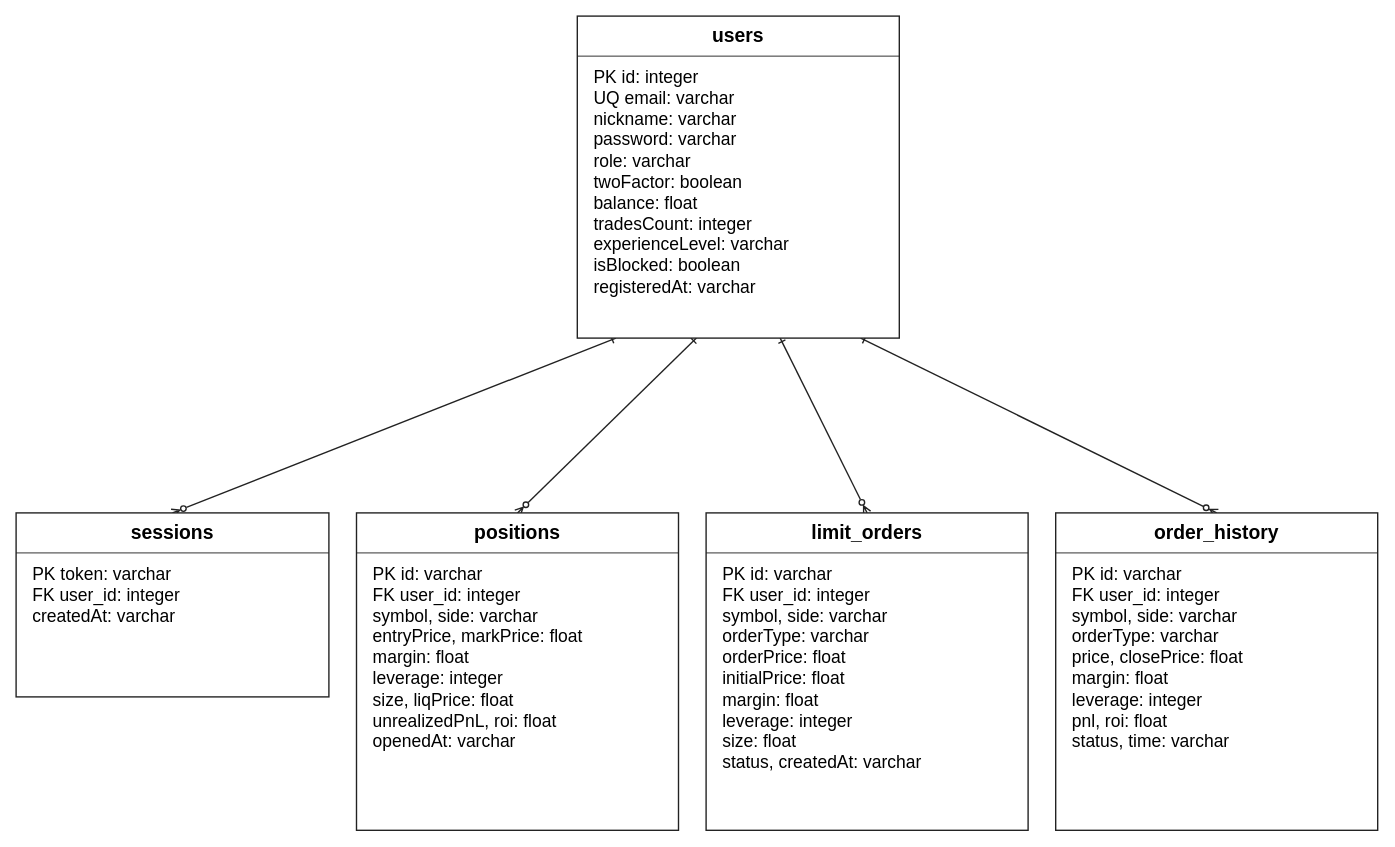
Earlier version of the draw.io diagram page "3 ER діаграма" (3 of 9) of ByGigaBit_8_діаграм.drawio (Hast1k/bygigabit). Source tidied: cells renumbered, new cells numbered last; positions are measured from the earlier drawing's top-left corner, leaving out a move shared by most shapes. Both pictures are drawn from the tidied source at 92%, with x=0, y=0 at pixel (16, 16).
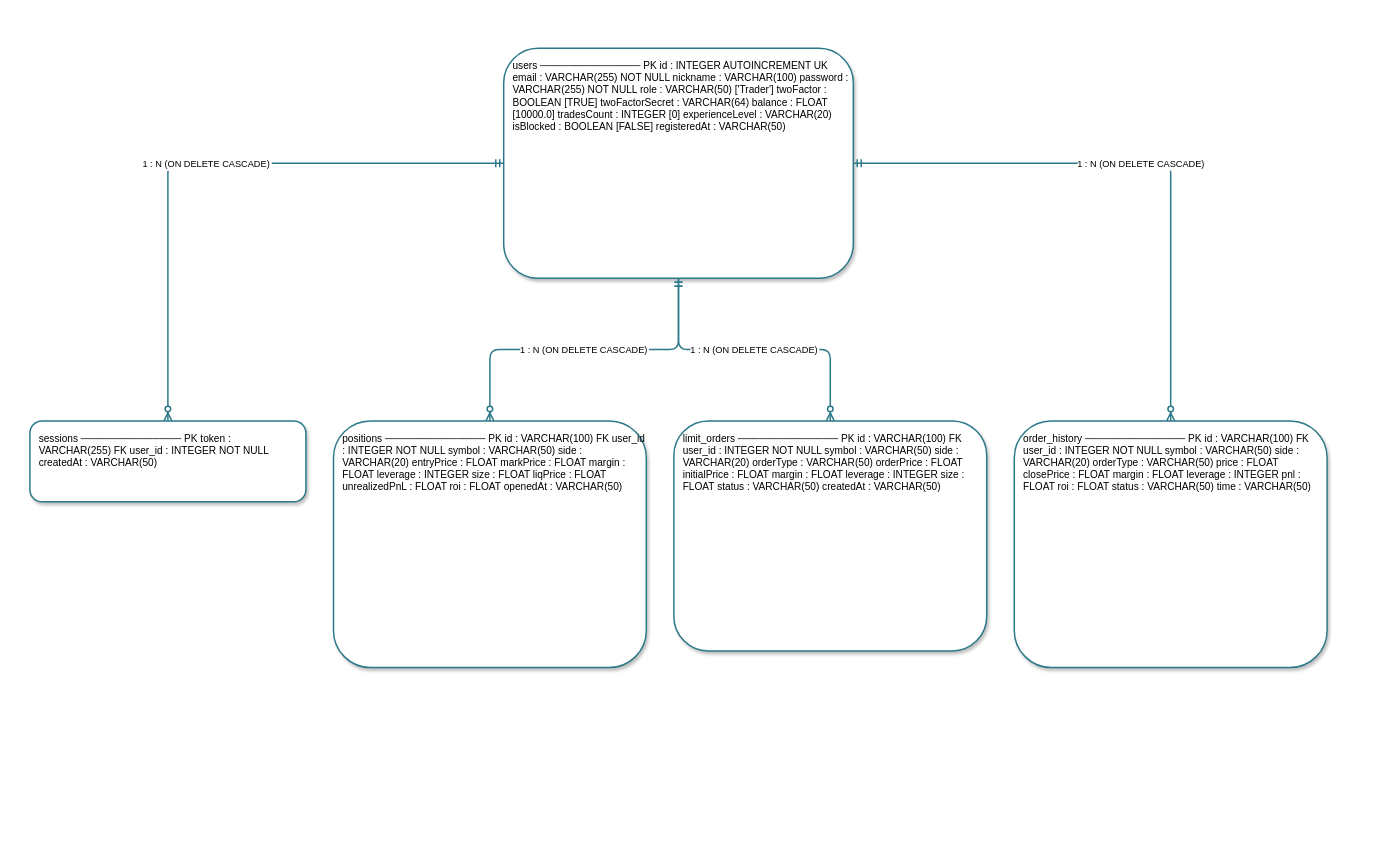
Above is the later version.

What changed in the source:
```diff
@@
-    <mxCell id="2" style="edgeStyle=none;rounded=0;html=0;fontSize=17;fontFamily=Arial;strokeColor=#222222;strokeWidth=1.5;endArrow=classic;endFill=1;labelBackgroundColor=#ffffff;startArrow=ERone;startFill=0;endArrow=ERzeroToMany;endFill=0;exitX=0.12;exitY=1;entryX=0.5;entryY=0;" parent="1" edge="1" source="6" target="10">
-      <mxGeometry relative="1" as="geometry" />
-    </mxCell>
-    <mxCell id="3" style="edgeStyle=none;rounded=0;html=0;fontSize=17;fontFamily=Arial;strokeColor=#222222;strokeWidth=1.5;endArrow=classic;endFill=1;labelBackgroundColor=#ffffff;startArrow=ERone;startFill=0;endArrow=ERzeroToMany;endFill=0;exitX=0.37;exitY=1;entryX=0.5;entryY=0;" parent="1" edge="1" source="6" target="14">
-      <mxGeometry relative="1" as="geometry" />
-    </mxCell>
-    <mxCell id="4" style="edgeStyle=none;rounded=0;html=0;fontSize=17;fontFamily=Arial;strokeColor=#222222;strokeWidth=1.5;endArrow=classic;endFill=1;labelBackgroundColor=#ffffff;startArrow=ERone;startFill=0;endArrow=ERzeroToMany;endFill=0;exitX=0.63;exitY=1;entryX=0.5;entryY=0;" parent="1" edge="1" source="6" target="18">
-      <mxGeometry relative="1" as="geometry" />
-    </mxCell>
-    <mxCell id="5" style="edgeStyle=none;rounded=0;html=0;fontSize=17;fontFamily=Arial;strokeColor=#222222;strokeWidth=1.5;endArrow=classic;endFill=1;labelBackgroundColor=#ffffff;startArrow=ERone;startFill=0;endArrow=ERzeroToMany;endFill=0;exitX=0.88;exitY=1;entryX=0.5;entryY=0;" parent="1" edge="1" source="6" target="22">
-      <mxGeometry relative="1" as="geometry" />
-    </mxCell>
-    <mxCell id="6" style="whiteSpace=wrap;html=0;fontFamily=Arial;fontSize=20;strokeColor=#222222;strokeWidth=1.5;fillColor=#ffffff;" parent="1" vertex="1">
-      <mxGeometry x="610" width="350" height="350" as="geometry" />
-    </mxCell>
-    <mxCell id="7" value="users" style="whiteSpace=wrap;html=0;fontFamily=Arial;fontSize=20;strokeColor=#222222;strokeWidth=1.5;fillColor=#ffffff;strokeColor=none;fillColor=none;fontStyle=1;fontSize=21;" parent="1" vertex="1">
-      <mxGeometry x="610" width="350" height="42" as="geometry" />
-    </mxCell>
-    <mxCell id="8" style="whiteSpace=wrap;html=0;fontFamily=Arial;fontSize=20;strokeColor=#222222;strokeWidth=1.5;fillColor=#ffffff;strokeColor=none;fillColor=#222222;" parent="1" vertex="1">
-      <mxGeometry x="610" y="43" width="350" height="1" as="geometry" />
-    </mxCell>
-    <mxCell id="9" value="PK  id: integer&#10;UQ  email: varchar&#10;      nickname: varchar&#10;      password: varchar&#10;      role: varchar&#10;      twoFactor: boolean&#10;      balance: float&#10;      tradesCount: integer&#10;      experienceLevel: varchar&#10;      isBlocked: boolean&#10;      registeredAt: varchar" style="whiteSpace=wrap;html=0;fontFamily=Arial;fontSize=20;strokeColor=#222222;strokeWidth=1.5;fillColor=#ffffff;strokeColor=none;fillColor=none;align=left;verticalAlign=top;spacingLeft=8;fontSize=19;" parent="1" vertex="1">
-      <mxGeometry x="618" y="49" width="334" height="295" as="geometry" />
-    </mxCell>
-    <mxCell id="10" style="whiteSpace=wrap;html=0;fontFamily=Arial;fontSize=20;strokeColor=#222222;strokeWidth=1.5;fillColor=#ffffff;" parent="1" vertex="1">
-      <mxGeometry y="540" width="340" height="200" as="geometry" />
-    </mxCell>
-    <mxCell id="11" value="sessions" style="whiteSpace=wrap;html=0;fontFamily=Arial;fontSize=20;strokeColor=#222222;strokeWidth=1.5;fillColor=#ffffff;strokeColor=none;fillColor=none;fontStyle=1;fontSize=21;" parent="1" vertex="1">
-      <mxGeometry y="540" width="340" height="42" as="geometry" />
-    </mxCell>
-    <mxCell id="12" style="whiteSpace=wrap;html=0;fontFamily=Arial;fontSize=20;strokeColor=#222222;strokeWidth=1.5;fillColor=#ffffff;strokeColor=none;fillColor=#222222;" parent="1" vertex="1">
-      <mxGeometry y="583" width="340" height="1" as="geometry" />
-    </mxCell>
-    <mxCell id="13" value="PK  token: varchar&#10;FK  user_id: integer&#10;      createdAt: varchar" style="whiteSpace=wrap;html=0;fontFamily=Arial;fontSize=20;strokeColor=#222222;strokeWidth=1.5;fillColor=#ffffff;strokeColor=none;fillColor=none;align=left;verticalAlign=top;spacingLeft=8;fontSize=19;" parent="1" vertex="1">
-      <mxGeometry x="8" y="589" width="324" height="145" as="geometry" />
-    </mxCell>
-    <mxCell id="14" style="whiteSpace=wrap;html=0;fontFamily=Arial;fontSize=20;strokeColor=#222222;strokeWidth=1.5;fillColor=#ffffff;" parent="1" vertex="1">
-      <mxGeometry x="370" y="540" width="350" height="345" as="geometry" />
-    </mxCell>
-    <mxCell id="15" value="positions" style="whiteSpace=wrap;html=0;fontFamily=Arial;fontSize=20;strokeColor=#222222;strokeWidth=1.5;fillColor=#ffffff;strokeColor=none;fillColor=none;fontStyle=1;fontSize=21;" parent="1" vertex="1">
-      <mxGeometry x="370" y="540" width="350" height="42" as="geometry" />
-    </mxCell>
-    <mxCell id="16" style="whiteSpace=wrap;html=0;fontFamily=Arial;fontSize=20;strokeColor=#222222;strokeWidth=1.5;fillColor=#ffffff;strokeColor=none;fillColor=#222222;" parent="1" vertex="1">
-      <mxGeometry x="370" y="583" width="350" height="1" as="geometry" />
-    </mxCell>
-    <mxCell id="17" value="PK  id: varchar&#10;FK  user_id: integer&#10;      symbol, side: varchar&#10;      entryPrice, markPrice: float&#10;      margin: float&#10;      leverage: integer&#10;      size, liqPrice: float&#10;      unrealizedPnL, roi: float&#10;      openedAt: varchar" style="whiteSpace=wrap;html=0;fontFamily=Arial;fontSize=20;strokeColor=#222222;strokeWidth=1.5;fillColor=#ffffff;strokeColor=none;fillColor=none;align=left;verticalAlign=top;spacingLeft=8;fontSize=19;" parent="1" vertex="1">
-      <mxGeometry x="378" y="589" width="334" height="290" as="geometry" />
-    </mxCell>
-    <mxCell id="18" style="whiteSpace=wrap;html=0;fontFamily=Arial;fontSize=20;strokeColor=#222222;strokeWidth=1.5;fillColor=#ffffff;" parent="1" vertex="1">
-      <mxGeometry x="750" y="540" width="350" height="345" as="geometry" />
-    </mxCell>
-    <mxCell id="19" value="limit_orders" style="whiteSpace=wrap;html=0;fontFamily=Arial;fontSize=20;strokeColor=#222222;strokeWidth=1.5;fillColor=#ffffff;strokeColor=none;fillColor=none;fontStyle=1;fontSize=21;" parent="1" vertex="1">
-      <mxGeometry x="750" y="540" width="350" height="42" as="geometry" />
-    </mxCell>
-    <mxCell id="20" style="whiteSpace=wrap;html=0;fontFamily=Arial;fontSize=20;strokeColor=#222222;strokeWidth=1.5;fillColor=#ffffff;strokeColor=none;fillColor=#222222;" parent="1" vertex="1">
-      <mxGeometry x="750" y="583" width="350" height="1" as="geometry" />
-    </mxCell>
-    <mxCell id="21" value="PK  id: varchar&#10;FK  user_id: integer&#10;      symbol, side: varchar&#10;      orderType: varchar&#10;      orderPrice: float&#10;      initialPrice: float&#10;      margin: float&#10;      leverage: integer&#10;      size: float&#10;      status, createdAt: varchar" style="whiteSpace=wrap;html=0;fontFamily=Arial;fontSize=20;strokeColor=#222222;strokeWidth=1.5;fillColor=#ffffff;strokeColor=none;fillColor=none;align=left;verticalAlign=top;spacingLeft=8;fontSize=19;" parent="1" vertex="1">
-      <mxGeometry x="758" y="589" width="334" height="290" as="geometry" />
-    </mxCell>
-    <mxCell id="22" style="whiteSpace=wrap;html=0;fontFamily=Arial;fontSize=20;strokeColor=#222222;strokeWidth=1.5;fillColor=#ffffff;" parent="1" vertex="1">
-      <mxGeometry x="1130" y="540" width="350" height="345" as="geometry" />
-    </mxCell>
-    <mxCell id="23" value="order_history" style="whiteSpace=wrap;html=0;fontFamily=Arial;fontSize=20;strokeColor=#222222;strokeWidth=1.5;fillColor=#ffffff;strokeColor=none;fillColor=none;fontStyle=1;fontSize=21;" parent="1" vertex="1">
-      <mxGeometry x="1130" y="540" width="350" height="42" as="geometry" />
-    </mxCell>
-    <mxCell id="24" style="whiteSpace=wrap;html=0;fontFamily=Arial;fontSize=20;strokeColor=#222222;strokeWidth=1.5;fillColor=#ffffff;strokeColor=none;fillColor=#222222;" parent="1" vertex="1">
-      <mxGeometry x="1130" y="583" width="350" height="1" as="geometry" />
-    </mxCell>
-    <mxCell id="25" value="PK  id: varchar&#10;FK  user_id: integer&#10;      symbol, side: varchar&#10;      orderType: varchar&#10;      price, closePrice: float&#10;      margin: float&#10;      leverage: integer&#10;      pnl, roi: float&#10;      status, time: varchar" style="whiteSpace=wrap;html=0;fontFamily=Arial;fontSize=20;strokeColor=#222222;strokeWidth=1.5;fillColor=#ffffff;strokeColor=none;fillColor=none;align=left;verticalAlign=top;spacingLeft=8;fontSize=19;" parent="1" vertex="1">
-      <mxGeometry x="1138" y="589" width="334" height="290" as="geometry" />
-    </mxCell>
+    <mxCell id="26" value="users ────────────── PK id : INTEGER AUTOINCREMENT UK email : VARCHAR(255) NOT NULL nickname : VARCHAR(100) password : VARCHAR(255) NOT NULL role : VARCHAR(50) ['Trader'] twoFactor : BOOLEAN [TRUE] twoFactorSecret : VARCHAR(64) balance : FLOAT [10000.0] tradesCount : INTEGER [0] experienceLevel : VARCHAR(20) isBlocked : BOOLEAN [FALSE] registeredAt : VARCHAR(50)" style="rounded=1;whiteSpace=wrap;html=0;fillColor=#ffffff;strokeColor=#2b7889;strokeWidth=1.6;align=left;verticalAlign=top;spacingLeft=8;spacingTop=6;fontSize=11;shadow=1;" parent="1" vertex="1">
+      <mxGeometry x="530" y="35" width="380" height="250" as="geometry" />
+    </mxCell>
+    <mxCell id="27" value="sessions ────────────── PK token : VARCHAR(255) FK user_id : INTEGER NOT NULL createdAt : VARCHAR(50)" style="rounded=1;whiteSpace=wrap;html=0;fillColor=#ffffff;strokeColor=#2b7889;strokeWidth=1.6;align=left;verticalAlign=top;spacingLeft=8;spacingTop=6;fontSize=11;shadow=1;" parent="1" vertex="1">
+      <mxGeometry x="15" y="440" width="300" height="88" as="geometry" />
+    </mxCell>
+    <mxCell id="28" value="positions ────────────── PK id : VARCHAR(100) FK user_id : INTEGER NOT NULL symbol : VARCHAR(50) side : VARCHAR(20) entryPrice : FLOAT markPrice : FLOAT margin : FLOAT leverage : INTEGER size : FLOAT liqPrice : FLOAT unrealizedPnL : FLOAT roi : FLOAT openedAt : VARCHAR(50)" style="rounded=1;whiteSpace=wrap;html=0;fillColor=#ffffff;strokeColor=#2b7889;strokeWidth=1.6;align=left;verticalAlign=top;spacingLeft=8;spacingTop=6;fontSize=11;shadow=1;" parent="1" vertex="1">
+      <mxGeometry x="345" y="440" width="340" height="268" as="geometry" />
+    </mxCell>
+    <mxCell id="29" value="limit_orders ────────────── PK id : VARCHAR(100) FK user_id : INTEGER NOT NULL symbol : VARCHAR(50) side : VARCHAR(20) orderType : VARCHAR(50) orderPrice : FLOAT initialPrice : FLOAT margin : FLOAT leverage : INTEGER size : FLOAT status : VARCHAR(50) createdAt : VARCHAR(50)" style="rounded=1;whiteSpace=wrap;html=0;fillColor=#ffffff;strokeColor=#2b7889;strokeWidth=1.6;align=left;verticalAlign=top;spacingLeft=8;spacingTop=6;fontSize=11;shadow=1;" parent="1" vertex="1">
+      <mxGeometry x="715" y="440" width="340" height="250" as="geometry" />
+    </mxCell>
+    <mxCell id="30" value="order_history ────────────── PK id : VARCHAR(100) FK user_id : INTEGER NOT NULL symbol : VARCHAR(50) side : VARCHAR(20) orderType : VARCHAR(50) price : FLOAT closePrice : FLOAT margin : FLOAT leverage : INTEGER pnl : FLOAT roi : FLOAT status : VARCHAR(50) time : VARCHAR(50)" style="rounded=1;whiteSpace=wrap;html=0;fillColor=#ffffff;strokeColor=#2b7889;strokeWidth=1.6;align=left;verticalAlign=top;spacingLeft=8;spacingTop=6;fontSize=11;shadow=1;" parent="1" vertex="1">
+      <mxGeometry x="1085" y="440" width="340" height="268" as="geometry" />
+    </mxCell>
+    <mxCell id="31" value="1 : N (ON DELETE CASCADE)" style="edgeStyle=orthogonalEdgeStyle;startArrow=ERmandOne;endArrow=ERzeroToMany;strokeColor=#2b7889;strokeWidth=1.6;labelBackgroundColor=#ffffff;fontSize=10;" parent="1" edge="1" source="26" target="27">
+      <mxGeometry relative="1" as="geometry" />
+    </mxCell>
+    <mxCell id="32" value="1 : N (ON DELETE CASCADE)" style="edgeStyle=orthogonalEdgeStyle;startArrow=ERmandOne;endArrow=ERzeroToMany;strokeColor=#2b7889;strokeWidth=1.6;labelBackgroundColor=#ffffff;fontSize=10;" parent="1" edge="1" source="26" target="28">
+      <mxGeometry relative="1" as="geometry" />
+    </mxCell>
+    <mxCell id="33" value="1 : N (ON DELETE CASCADE)" style="edgeStyle=orthogonalEdgeStyle;startArrow=ERmandOne;endArrow=ERzeroToMany;strokeColor=#2b7889;strokeWidth=1.6;labelBackgroundColor=#ffffff;fontSize=10;" parent="1" edge="1" source="26" target="29">
+      <mxGeometry relative="1" as="geometry" />
+    </mxCell>
+    <mxCell id="34" value="1 : N (ON DELETE CASCADE)" style="edgeStyle=orthogonalEdgeStyle;startArrow=ERmandOne;endArrow=ERzeroToMany;strokeColor=#2b7889;strokeWidth=1.6;labelBackgroundColor=#ffffff;fontSize=10;" parent="1" edge="1" source="26" target="30">
+      <mxGeometry relative="1" as="geometry" />
+    </mxCell>
```
